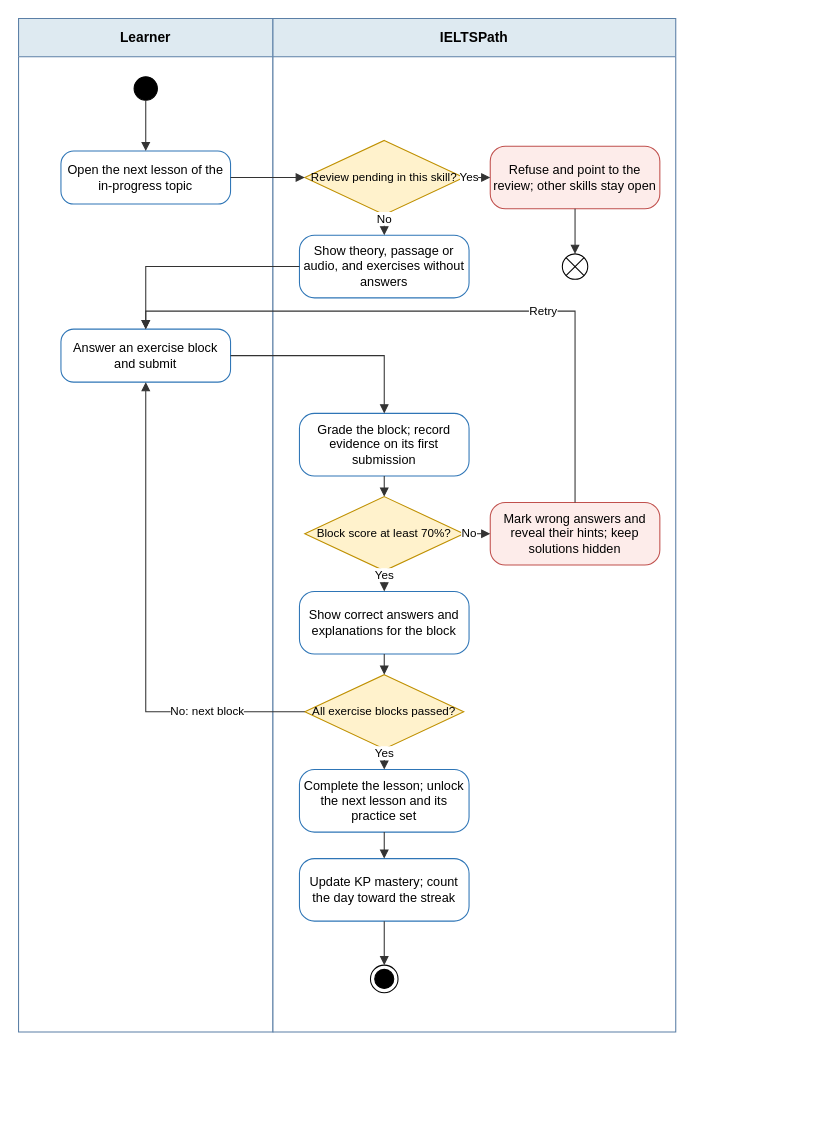
Earlier version of the draw.io diagram capstone-docs/rp_3.0_system-requirements-system/diagram_script/part2-diagrams/IELTSPath_SC-02_ActivityDiagram.drawio (IeltsPath-Platform/backend). Source tidied: cells renumbered, new cells numbered last; positions are measured from the earlier drawing's top-left corner, leaving out a move shared by most shapes. Both pictures are drawn from the tidied source at 106%, with x=0, y=0 at pixel (18, 18).
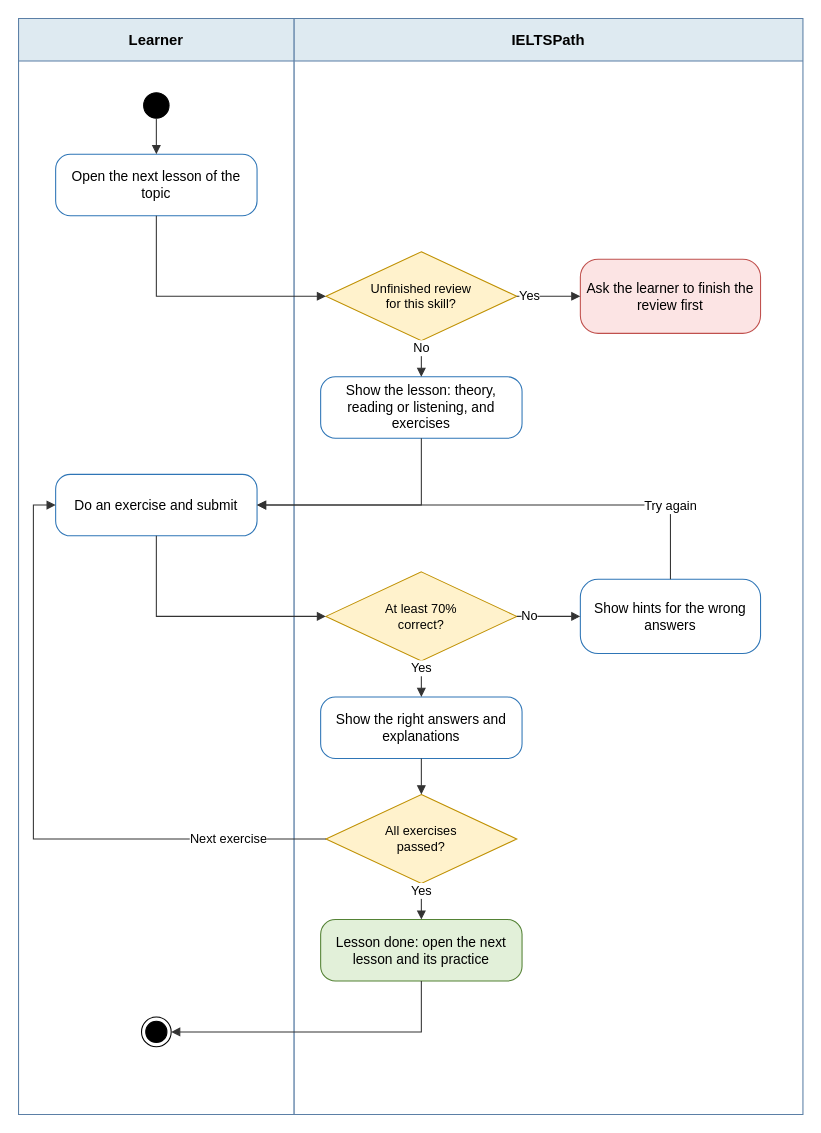
The same page after the edit.

Change to the diagram source:
```diff
@@
-    <mxCell id="2" value="Learner" style="swimlane;startSize=36;html=1;whiteSpace=wrap;fillColor=#DEEAF1;strokeColor=#5B7FA6;fontStyle=1;fontSize=13;swimlaneFillColor=#FFFFFF;" parent="1" vertex="1">
-      <mxGeometry width="240" height="956" as="geometry" />
+    <mxCell id="2" value="Learner" style="swimlane;startSize=40;html=1;whiteSpace=wrap;fillColor=#DEEAF1;strokeColor=#5B7FA6;fontStyle=1;fontSize=14;swimlaneFillColor=#FFFFFF;" parent="1" vertex="1">
+      <mxGeometry width="260" height="1034" as="geometry" />
     </mxCell>
-    <mxCell id="3" value="IELTSPath" style="swimlane;startSize=36;html=1;whiteSpace=wrap;fillColor=#DEEAF1;strokeColor=#5B7FA6;fontStyle=1;fontSize=13;swimlaneFillColor=#FFFFFF;" parent="1" vertex="1">
-      <mxGeometry x="240" width="380" height="956" as="geometry" />
+    <mxCell id="3" value="IELTSPath" style="swimlane;startSize=40;html=1;whiteSpace=wrap;fillColor=#DEEAF1;strokeColor=#5B7FA6;fontStyle=1;fontSize=14;swimlaneFillColor=#FFFFFF;" parent="1" vertex="1">
+      <mxGeometry x="260" width="480" height="1034" as="geometry" />
     </mxCell>
-    <mxCell id="4" style="ellipse;html=1;fillColor=#000000;strokeColor=#000000;" parent="1" vertex="1">
-      <mxGeometry x="109" y="55" width="22" height="22" as="geometry" />
-    </mxCell>
+    <mxCell id="35" style="ellipse;html=1;fillColor=#000000;strokeColor=#000000;" parent="1" vertex="1">
+      <mxGeometry x="118" y="70" width="24" height="24" as="geometry" />
+    </mxCell>
-    <mxCell id="5" value="Open the next lesson of the in-progress topic" style="rounded=1;arcSize=24;whiteSpace=wrap;html=1;fillColor=#FFFFFF;strokeColor=#2E75B6;fontSize=12;" parent="1" vertex="1">
-      <mxGeometry x="40" y="125" width="160" height="50" as="geometry" />
+    <mxCell id="5" value="Open the next lesson of the topic" style="rounded=1;arcSize=24;whiteSpace=wrap;html=1;fillColor=#FFFFFF;strokeColor=#2E75B6;fontSize=13;" parent="1" vertex="1">
+      <mxGeometry x="35" y="128" width="190" height="58" as="geometry" />
     </mxCell>
-    <mxCell id="6" value="Review pending in this skill?" style="rhombus;whiteSpace=wrap;html=1;fillColor=#FFF2CC;strokeColor=#BF9000;fontSize=11;" parent="1" vertex="1">
-      <mxGeometry x="270" y="115" width="150" height="70" as="geometry" />
-    </mxCell>
+    <mxCell id="36" value="Unfinished review&lt;br&gt;for this skill?" style="rhombus;whiteSpace=wrap;html=1;fillColor=#FFF2CC;strokeColor=#BF9000;fontSize=12;" parent="1" vertex="1">
+      <mxGeometry x="290" y="220" width="180" height="84" as="geometry" />
+    </mxCell>
-    <mxCell id="7" value="Refuse and point to the review; other skills stay open" style="rounded=1;arcSize=24;whiteSpace=wrap;html=1;fillColor=#FDECEA;strokeColor=#C0504D;fontSize=12;" parent="1" vertex="1">
-      <mxGeometry x="445" y="120.5" width="160" height="59" as="geometry" />
+    <mxCell id="7" value="Ask the learner to finish the review first" style="rounded=1;arcSize=24;whiteSpace=wrap;html=1;fillColor=#FCE4E4;strokeColor=#C0504D;fontSize=13;" parent="1" vertex="1">
+      <mxGeometry x="530" y="227" width="170" height="70" as="geometry" />
     </mxCell>
-    <mxCell id="8" style="shape=sumEllipse;perimeter=ellipsePerimeter;html=1;fillColor=#FFFFFF;strokeColor=#000000;" parent="1" vertex="1">
-      <mxGeometry x="513" y="222" width="24" height="24" as="geometry" />
-    </mxCell>
-    <mxCell id="9" value="Show theory, passage or audio, and exercises without answers" style="rounded=1;arcSize=24;whiteSpace=wrap;html=1;fillColor=#FFFFFF;strokeColor=#2E75B6;fontSize=12;" parent="1" vertex="1">
-      <mxGeometry x="265" y="204.5" width="160" height="59" as="geometry" />
+    <mxCell id="9" value="Show the lesson: theory, reading or listening, and exercises" style="rounded=1;arcSize=24;whiteSpace=wrap;html=1;fillColor=#FFFFFF;strokeColor=#2E75B6;fontSize=13;" parent="1" vertex="1">
+      <mxGeometry x="285" y="338" width="190" height="58" as="geometry" />
     </mxCell>
-    <mxCell id="10" value="Answer an exercise block and submit" style="rounded=1;arcSize=24;whiteSpace=wrap;html=1;fillColor=#FFFFFF;strokeColor=#2E75B6;fontSize=12;" parent="1" vertex="1">
-      <mxGeometry x="40" y="293" width="160" height="50" as="geometry" />
+    <mxCell id="10" value="Do an exercise and submit" style="rounded=1;arcSize=24;whiteSpace=wrap;html=1;fillColor=#FFFFFF;strokeColor=#2E75B6;fontSize=13;" parent="1" vertex="1">
+      <mxGeometry x="35" y="430" width="190" height="58" as="geometry" />
     </mxCell>
+    <mxCell id="37" value="At least 70%&lt;br&gt;correct?" style="rhombus;whiteSpace=wrap;html=1;fillColor=#FFF2CC;strokeColor=#BF9000;fontSize=12;" parent="1" vertex="1">
+      <mxGeometry x="290" y="522" width="180" height="84" as="geometry" />
+    </mxCell>
-    <mxCell id="11" value="Grade the block; record evidence on its first submission" style="rounded=1;arcSize=24;whiteSpace=wrap;html=1;fillColor=#FFFFFF;strokeColor=#2E75B6;fontSize=12;" parent="1" vertex="1">
-      <mxGeometry x="265" y="372.5" width="160" height="59" as="geometry" />
+    <mxCell id="11" value="Show hints for the wrong answers" style="rounded=1;arcSize=24;whiteSpace=wrap;html=1;fillColor=#FFFFFF;strokeColor=#2E75B6;fontSize=13;" parent="1" vertex="1">
+      <mxGeometry x="530" y="529" width="170" height="70" as="geometry" />
     </mxCell>
-    <mxCell id="12" value="Block score at least 70%?" style="rhombus;whiteSpace=wrap;html=1;fillColor=#FFF2CC;strokeColor=#BF9000;fontSize=11;" parent="1" vertex="1">
-      <mxGeometry x="270" y="451" width="150" height="70" as="geometry" />
-    </mxCell>
-    <mxCell id="13" value="Mark wrong answers and reveal their hints; keep solutions hidden" style="rounded=1;arcSize=24;whiteSpace=wrap;html=1;fillColor=#FDECEA;strokeColor=#C0504D;fontSize=12;" parent="1" vertex="1">
-      <mxGeometry x="445" y="456.5" width="160" height="59" as="geometry" />
-    </mxCell>
-    <mxCell id="14" value="Show correct answers and explanations for the block" style="rounded=1;arcSize=24;whiteSpace=wrap;html=1;fillColor=#FFFFFF;strokeColor=#2E75B6;fontSize=12;" parent="1" vertex="1">
-      <mxGeometry x="265" y="540.5" width="160" height="59" as="geometry" />
+    <mxCell id="14" value="Show the right answers and explanations" style="rounded=1;arcSize=24;whiteSpace=wrap;html=1;fillColor=#FFFFFF;strokeColor=#2E75B6;fontSize=13;" parent="1" vertex="1">
+      <mxGeometry x="285" y="640" width="190" height="58" as="geometry" />
     </mxCell>
-    <mxCell id="15" value="All exercise blocks passed?" style="rhombus;whiteSpace=wrap;html=1;fillColor=#FFF2CC;strokeColor=#BF9000;fontSize=11;" parent="1" vertex="1">
-      <mxGeometry x="270" y="619" width="150" height="70" as="geometry" />
-    </mxCell>
+    <mxCell id="38" value="All exercises&lt;br&gt;passed?" style="rhombus;whiteSpace=wrap;html=1;fillColor=#FFF2CC;strokeColor=#BF9000;fontSize=12;" parent="1" vertex="1">
+      <mxGeometry x="290" y="732" width="180" height="84" as="geometry" />
+    </mxCell>
-    <mxCell id="16" value="Complete the lesson; unlock the next lesson and its practice set" style="rounded=1;arcSize=24;whiteSpace=wrap;html=1;fillColor=#FFFFFF;strokeColor=#2E75B6;fontSize=12;" parent="1" vertex="1">
-      <mxGeometry x="265" y="708.5" width="160" height="59" as="geometry" />
+    <mxCell id="16" value="Lesson done: open the next lesson and its practice" style="rounded=1;arcSize=24;whiteSpace=wrap;html=1;fillColor=#E2F0D9;strokeColor=#548235;fontSize=13;" parent="1" vertex="1">
+      <mxGeometry x="285" y="850" width="190" height="58" as="geometry" />
     </mxCell>
-    <mxCell id="17" value="Update KP mastery; count the day toward the streak" style="rounded=1;arcSize=24;whiteSpace=wrap;html=1;fillColor=#FFFFFF;strokeColor=#2E75B6;fontSize=12;" parent="1" vertex="1">
-      <mxGeometry x="265" y="792.5" width="160" height="59" as="geometry" />
-    </mxCell>
     <mxCell id="18" style="ellipse;html=1;shape=endState;fillColor=#000000;strokeColor=#000000;" parent="1" vertex="1">
-      <mxGeometry x="332" y="893" width="26" height="26" as="geometry" />
+      <mxGeometry x="116" y="942" width="28" height="28" as="geometry" />
     </mxCell>
-    <mxCell id="19" style="edgeStyle=none;rounded=0;html=1;endArrow=block;endFill=1;strokeColor=#333333;fontSize=11;labelBackgroundColor=#FFFFFF;exitX=0.500;exitY=1.000;exitDx=0;exitDy=0;entryX=0.500;entryY=0.000;entryDx=0;entryDy=0;" parent="1" edge="1" source="4" target="5">
-      <mxGeometry relative="1" as="geometry" />
-    </mxCell>
-    <mxCell id="20" style="edgeStyle=none;rounded=0;html=1;endArrow=block;endFill=1;strokeColor=#333333;fontSize=11;labelBackgroundColor=#FFFFFF;exitX=1.000;exitY=0.500;exitDx=0;exitDy=0;entryX=0.000;entryY=0.500;entryDx=0;entryDy=0;" parent="1" edge="1" source="5" target="6">
-      <mxGeometry relative="1" as="geometry" />
-    </mxCell>
-    <mxCell id="21" value="Yes" style="edgeStyle=none;rounded=0;html=1;endArrow=block;endFill=1;strokeColor=#333333;fontSize=11;labelBackgroundColor=#FFFFFF;exitX=1.000;exitY=0.500;exitDx=0;exitDy=0;entryX=0.000;entryY=0.500;entryDx=0;entryDy=0;" parent="1" edge="1" source="6" target="7">
-      <mxGeometry x="-0.56" relative="1" as="geometry" />
-    </mxCell>
-    <mxCell id="22" style="edgeStyle=none;rounded=0;html=1;endArrow=block;endFill=1;strokeColor=#333333;fontSize=11;labelBackgroundColor=#FFFFFF;exitX=0.500;exitY=1.000;exitDx=0;exitDy=0;entryX=0.500;entryY=0.000;entryDx=0;entryDy=0;" parent="1" edge="1" source="7" target="8">
-      <mxGeometry relative="1" as="geometry" />
-    </mxCell>
-    <mxCell id="23" value="No" style="edgeStyle=none;rounded=0;html=1;endArrow=block;endFill=1;strokeColor=#333333;fontSize=11;labelBackgroundColor=#FFFFFF;exitX=0.500;exitY=1.000;exitDx=0;exitDy=0;entryX=0.500;entryY=0.000;entryDx=0;entryDy=0;" parent="1" edge="1" source="6" target="9">
-      <mxGeometry x="-0.56" relative="1" as="geometry" />
-    </mxCell>
+    <mxCell id="39" style="edgeStyle=none;rounded=0;html=1;endArrow=block;endFill=1;strokeColor=#333333;fontSize=12;labelBackgroundColor=#FFFFFF;" parent="1" edge="1" source="35" target="5">
+      <mxGeometry relative="1" as="geometry" />
+    </mxCell>
+    <mxCell id="40" style="edgeStyle=none;rounded=0;html=1;endArrow=block;endFill=1;strokeColor=#333333;fontSize=12;labelBackgroundColor=#FFFFFF;" parent="1" edge="1" source="5" target="36">
+      <mxGeometry relative="1" as="geometry">
+        <Array as="points">
+          <mxPoint x="130" y="262" />
+        </Array>
+      </mxGeometry>
+    </mxCell>
-    <mxCell id="24" style="edgeStyle=none;rounded=0;html=1;endArrow=block;endFill=1;strokeColor=#333333;fontSize=11;labelBackgroundColor=#FFFFFF;exitX=0.000;exitY=0.500;exitDx=0;exitDy=0;entryX=0.500;entryY=0.000;entryDx=0;entryDy=0;" parent="1" edge="1" source="9" target="10">
+    <mxCell id="24" style="edgeStyle=none;rounded=0;html=1;endArrow=block;endFill=1;strokeColor=#333333;fontSize=12;labelBackgroundColor=#FFFFFF;" parent="1" edge="1" source="9" target="10">
       <mxGeometry relative="1" as="geometry">
         <Array as="points">
-          <mxPoint x="120" y="234" />
+          <mxPoint x="380" y="459" />
         </Array>
       </mxGeometry>
     </mxCell>
-    <mxCell id="25" style="edgeStyle=none;rounded=0;html=1;endArrow=block;endFill=1;strokeColor=#333333;fontSize=11;labelBackgroundColor=#FFFFFF;exitX=1.000;exitY=0.500;exitDx=0;exitDy=0;entryX=0.500;entryY=0.000;entryDx=0;entryDy=0;" parent="1" edge="1" source="10" target="11">
-      <mxGeometry relative="1" as="geometry">
-        <Array as="points">
-          <mxPoint x="345" y="318" />
-        </Array>
-      </mxGeometry>
-    </mxCell>
-    <mxCell id="26" style="edgeStyle=none;rounded=0;html=1;endArrow=block;endFill=1;strokeColor=#333333;fontSize=11;labelBackgroundColor=#FFFFFF;exitX=0.500;exitY=1.000;exitDx=0;exitDy=0;entryX=0.500;entryY=0.000;entryDx=0;entryDy=0;" parent="1" edge="1" source="11" target="12">
-      <mxGeometry relative="1" as="geometry" />
-    </mxCell>
-    <mxCell id="27" value="No" style="edgeStyle=none;rounded=0;html=1;endArrow=block;endFill=1;strokeColor=#333333;fontSize=11;labelBackgroundColor=#FFFFFF;exitX=1.000;exitY=0.500;exitDx=0;exitDy=0;entryX=0.000;entryY=0.500;entryDx=0;entryDy=0;" parent="1" edge="1" source="12" target="13">
-      <mxGeometry x="-0.56" relative="1" as="geometry" />
-    </mxCell>
-    <mxCell id="28" value="Retry" style="edgeStyle=none;rounded=0;html=1;endArrow=block;endFill=1;strokeColor=#333333;fontSize=11;labelBackgroundColor=#FFFFFF;exitX=0.500;exitY=0.000;exitDx=0;exitDy=0;entryX=0.500;entryY=0.000;entryDx=0;entryDy=0;" parent="1" edge="1" source="13" target="10">
-      <mxGeometry x="-0.3" relative="1" as="geometry">
-        <Array as="points">
-          <mxPoint x="525" y="276" />
-          <mxPoint x="120" y="276" />
-        </Array>
-      </mxGeometry>
-    </mxCell>
-    <mxCell id="29" value="Yes" style="edgeStyle=none;rounded=0;html=1;endArrow=block;endFill=1;strokeColor=#333333;fontSize=11;labelBackgroundColor=#FFFFFF;exitX=0.500;exitY=1.000;exitDx=0;exitDy=0;entryX=0.500;entryY=0.000;entryDx=0;entryDy=0;" parent="1" edge="1" source="12" target="14">
-      <mxGeometry x="-0.56" relative="1" as="geometry" />
-    </mxCell>
-    <mxCell id="30" style="edgeStyle=none;rounded=0;html=1;endArrow=block;endFill=1;strokeColor=#333333;fontSize=11;labelBackgroundColor=#FFFFFF;exitX=0.500;exitY=1.000;exitDx=0;exitDy=0;entryX=0.500;entryY=0.000;entryDx=0;entryDy=0;" parent="1" edge="1" source="14" target="15">
-      <mxGeometry relative="1" as="geometry" />
-    </mxCell>
-    <mxCell id="31" value="No: next block" style="edgeStyle=none;rounded=0;html=1;endArrow=block;endFill=1;strokeColor=#333333;fontSize=11;labelBackgroundColor=#FFFFFF;exitX=0.000;exitY=0.500;exitDx=0;exitDy=0;entryX=0.500;entryY=1.000;entryDx=0;entryDy=0;" parent="1" edge="1" source="15" target="10">
-      <mxGeometry x="-0.6" relative="1" as="geometry">
-        <Array as="points">
-          <mxPoint x="120" y="654" />
-        </Array>
-      </mxGeometry>
-    </mxCell>
-    <mxCell id="32" value="Yes" style="edgeStyle=none;rounded=0;html=1;endArrow=block;endFill=1;strokeColor=#333333;fontSize=11;labelBackgroundColor=#FFFFFF;exitX=0.500;exitY=1.000;exitDx=0;exitDy=0;entryX=0.500;entryY=0.000;entryDx=0;entryDy=0;" parent="1" edge="1" source="15" target="16">
-      <mxGeometry x="-0.56" relative="1" as="geometry" />
-    </mxCell>
-    <mxCell id="33" style="edgeStyle=none;rounded=0;html=1;endArrow=block;endFill=1;strokeColor=#333333;fontSize=11;labelBackgroundColor=#FFFFFF;exitX=0.500;exitY=1.000;exitDx=0;exitDy=0;entryX=0.500;entryY=0.000;entryDx=0;entryDy=0;" parent="1" edge="1" source="16" target="17">
-      <mxGeometry relative="1" as="geometry" />
-    </mxCell>
-    <mxCell id="34" style="edgeStyle=none;rounded=0;html=1;endArrow=block;endFill=1;strokeColor=#333333;fontSize=11;labelBackgroundColor=#FFFFFF;exitX=0.500;exitY=1.000;exitDx=0;exitDy=0;entryX=0.500;entryY=0.000;entryDx=0;entryDy=0;" parent="1" edge="1" source="17" target="18">
-      <mxGeometry relative="1" as="geometry" />
-    </mxCell>
+    <mxCell id="41" style="edgeStyle=none;rounded=0;html=1;endArrow=block;endFill=1;strokeColor=#333333;fontSize=12;labelBackgroundColor=#FFFFFF;" parent="1" edge="1" source="10" target="37">
+      <mxGeometry relative="1" as="geometry">
+        <Array as="points">
+          <mxPoint x="130" y="564" />
+        </Array>
+      </mxGeometry>
+    </mxCell>
+    <mxCell id="42" style="edgeStyle=none;rounded=0;html=1;endArrow=block;endFill=1;strokeColor=#333333;fontSize=12;labelBackgroundColor=#FFFFFF;" parent="1" edge="1" source="16" target="18">
+      <mxGeometry relative="1" as="geometry">
+        <Array as="points">
+          <mxPoint x="380" y="956" />
+        </Array>
+      </mxGeometry>
+    </mxCell>
+    <mxCell id="43" value="Yes" style="edgeStyle=none;rounded=0;html=1;endArrow=block;endFill=1;strokeColor=#333333;fontSize=12;labelBackgroundColor=#FFFFFF;" parent="1" edge="1" source="36" target="7">
+      <mxGeometry x="-0.6" relative="1" as="geometry" />
+    </mxCell>
+    <mxCell id="44" value="No" style="edgeStyle=none;rounded=0;html=1;endArrow=block;endFill=1;strokeColor=#333333;fontSize=12;labelBackgroundColor=#FFFFFF;" parent="1" edge="1" source="36" target="9">
+      <mxGeometry x="-0.6" relative="1" as="geometry" />
+    </mxCell>
+    <mxCell id="45" value="Yes" style="edgeStyle=none;rounded=0;html=1;endArrow=block;endFill=1;strokeColor=#333333;fontSize=12;labelBackgroundColor=#FFFFFF;" parent="1" edge="1" source="37" target="14">
+      <mxGeometry x="-0.6" relative="1" as="geometry" />
+    </mxCell>
+    <mxCell id="46" value="No" style="edgeStyle=none;rounded=0;html=1;endArrow=block;endFill=1;strokeColor=#333333;fontSize=12;labelBackgroundColor=#FFFFFF;" parent="1" edge="1" source="37" target="11">
+      <mxGeometry x="-0.6" relative="1" as="geometry" />
+    </mxCell>
+    <mxCell id="47" value="Try again" style="edgeStyle=none;rounded=0;html=1;endArrow=block;endFill=1;strokeColor=#333333;fontSize=12;labelBackgroundColor=#FFFFFF;" parent="1" edge="1" source="11" target="10">
+      <mxGeometry x="-0.7" relative="1" as="geometry">
+        <Array as="points">
+          <mxPoint x="615" y="459" />
+        </Array>
+      </mxGeometry>
+    </mxCell>
+    <mxCell id="48" value="Yes" style="edgeStyle=none;rounded=0;html=1;endArrow=block;endFill=1;strokeColor=#333333;fontSize=12;labelBackgroundColor=#FFFFFF;" parent="1" edge="1" source="38" target="16">
+      <mxGeometry x="-0.6" relative="1" as="geometry" />
+    </mxCell>
+    <mxCell id="49" value="Next exercise" style="edgeStyle=none;rounded=0;html=1;endArrow=block;endFill=1;strokeColor=#333333;fontSize=12;labelBackgroundColor=#FFFFFF;" parent="1" edge="1" source="38" target="10">
+      <mxGeometry x="-0.7" relative="1" as="geometry">
+        <Array as="points">
+          <mxPoint x="14" y="774" />
+          <mxPoint x="14" y="459" />
+        </Array>
+      </mxGeometry>
+    </mxCell>
+    <mxCell id="50" style="edgeStyle=none;rounded=0;html=1;endArrow=block;endFill=1;strokeColor=#333333;fontSize=12;labelBackgroundColor=#FFFFFF;" parent="1" edge="1" source="14" target="38">
+      <mxGeometry relative="1" as="geometry" />
+    </mxCell>
```
